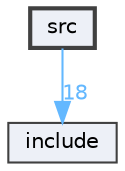
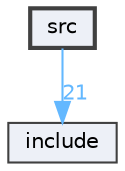
digraph "src"
{
 // LATEX_PDF_SIZE
  bgcolor="transparent";
  edge [fontname=Helvetica,fontsize=10,labelfontname=Helvetica,labelfontsize=10];
  node [fontname=Helvetica,fontsize=10,shape=box,height=0.2,width=0.4];
  compound=true
  dir_68267d1309a1af8e8297ef4c3efbcdba [label="src", fillcolor="#edf0f7", color="grey25", style="filled,bold", URL="dir_68267d1309a1af8e8297ef4c3efbcdba.html",tooltip=""];
  dir_d44c64559bbebec7f509842c48db8b23 [label="include", fillcolor="#edf0f7", color="grey25", style="filled", URL="dir_d44c64559bbebec7f509842c48db8b23.html",tooltip=""];
-   dir_68267d1309a1af8e8297ef4c3efbcdba->dir_d44c64559bbebec7f509842c48db8b23 [headlabel="18", labeldistance=1.5 headhref="dir_000001_000000.html" href="dir_000001_000000.html" color="steelblue1" fontcolor="steelblue1"];
+   dir_68267d1309a1af8e8297ef4c3efbcdba->dir_d44c64559bbebec7f509842c48db8b23 [headlabel="21", labeldistance=1.5 headhref="dir_000001_000000.html" href="dir_000001_000000.html" color="steelblue1" fontcolor="steelblue1"];
}
